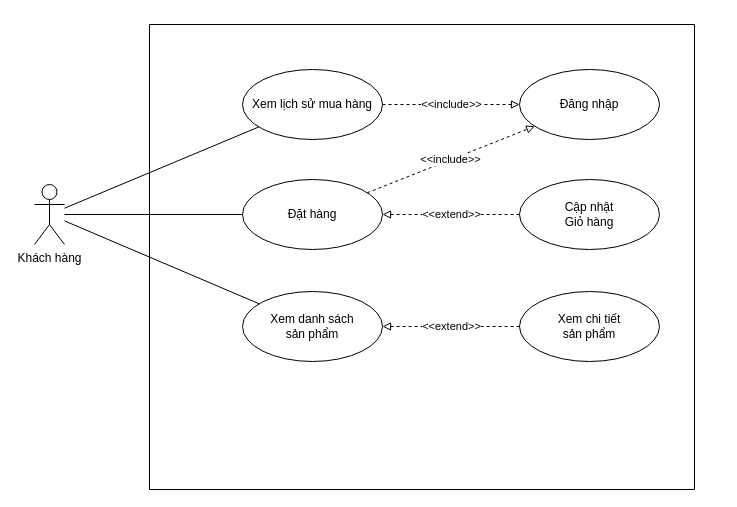
EdgarIgnite16/SGU-Course keeps this draw.io diagram as page "Page-1" (1 of 5) of Nam3_HK1/CNPM_SoftTech/Usecase Diagrams/UD_4_SalesPage.drawio. Above is the earlier version. Source tidied: cells renumbered, new cells numbered last; positions are measured from the earlier drawing's top-left corner, leaving out a move shared by most shapes. Both pictures are drawn from the tidied source at 100%, with x=0, y=0 at pixel (34, 24).
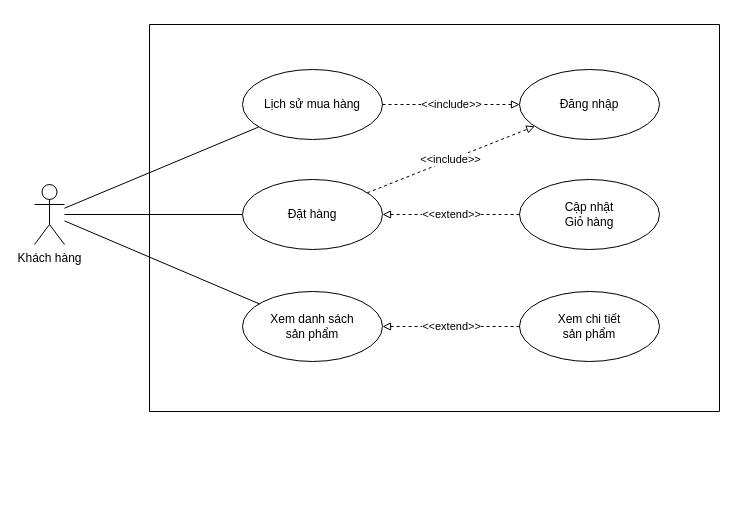
The same page after the edit.

Diff of the diagram source:
```diff
@@
 <mxGraphModel>
   <root>
     <mxCell id="0" />
     <mxCell id="1" parent="0" />
     <mxCell id="2" style="edgeStyle=none;rounded=0;jettySize=auto;html=1;startArrow=none;startFill=0;endArrow=none;endFill=0;" parent="1" edge="1" source="3" target="9">
       <mxGeometry relative="1" as="geometry" />
     </mxCell>
     <mxCell id="3" value="Khách hàng" style="shape=umlActor;verticalLabelPosition=bottom;verticalAlign=top;html=1;outlineConnect=0;" parent="1" vertex="1">
       <mxGeometry y="160" width="30" height="60" as="geometry" />
     </mxCell>
     <mxCell id="4" style="swimlane;startSize=0;" parent="1" vertex="1">
-      <mxGeometry x="115" width="545" height="465" as="geometry" />
+      <mxGeometry x="115" width="570" height="387" as="geometry" />
     </mxCell>
     <mxCell id="5" value="Đăng nhập" style="ellipse;whiteSpace=wrap;html=1;" parent="4" vertex="1">
       <mxGeometry x="370" y="45" width="140" height="70" as="geometry" />
     </mxCell>
     <mxCell id="6" value="&amp;lt;&amp;lt;include&amp;gt;&amp;gt;" style="edgeStyle=none;rounded=0;jettySize=auto;html=1;startArrow=none;startFill=0;endArrow=block;endFill=0;dashed=1;" parent="4" edge="1" source="7" target="5">
       <mxGeometry relative="1" as="geometry" />
     </mxCell>
     <mxCell id="7" value="Đặt hàng" style="ellipse;whiteSpace=wrap;html=1;" parent="4" vertex="1">
       <mxGeometry x="93" y="155" width="140" height="70" as="geometry" />
     </mxCell>
     <mxCell id="8" value="&amp;lt;&amp;lt;extend&amp;gt;&amp;gt;" style="edgeStyle=none;rounded=0;jettySize=auto;html=1;startArrow=block;startFill=0;endArrow=none;endFill=0;dashed=1;" parent="4" edge="1" source="7" target="11">
       <mxGeometry relative="1" as="geometry" />
     </mxCell>
-    <mxCell id="9" value="Xem lịch sử mua hàng" style="ellipse;whiteSpace=wrap;html=1;" parent="4" vertex="1">
+    <mxCell id="9" value="Lịch sử mua hàng" style="ellipse;whiteSpace=wrap;html=1;" parent="4" vertex="1">
       <mxGeometry x="93" y="45" width="140" height="70" as="geometry" />
     </mxCell>
     <mxCell id="10" value="&amp;lt;&amp;lt;include&amp;gt;&amp;gt;" style="edgeStyle=none;rounded=0;jettySize=auto;html=1;startArrow=none;startFill=0;endArrow=block;endFill=0;dashed=1;" parent="4" edge="1" source="9" target="5">
       <mxGeometry relative="1" as="geometry" />
     </mxCell>
     <mxCell id="11" value="Cập nhật&lt;br&gt;Giỏ hàng" style="ellipse;whiteSpace=wrap;html=1;" parent="4" vertex="1">
       <mxGeometry x="370" y="155" width="140" height="70" as="geometry" />
     </mxCell>
     <mxCell id="12" value="Xem danh sách &lt;br&gt;sản phẩm" style="ellipse;whiteSpace=wrap;html=1;" parent="4" vertex="1">
       <mxGeometry x="93" y="267" width="140" height="70" as="geometry" />
     </mxCell>
     <mxCell id="13" value="Xem chi tiết&lt;br&gt;sản phẩm" style="ellipse;whiteSpace=wrap;html=1;" parent="4" vertex="1">
       <mxGeometry x="370" y="267" width="140" height="70" as="geometry" />
     </mxCell>
     <mxCell id="14" value="&amp;lt;&amp;lt;extend&amp;gt;&amp;gt;" style="edgeStyle=none;rounded=0;jettySize=auto;html=1;startArrow=block;startFill=0;endArrow=none;endFill=0;dashed=1;" parent="4" edge="1" source="12" target="13">
       <mxGeometry relative="1" as="geometry" />
     </mxCell>
     <mxCell id="15" style="edgeStyle=none;rounded=0;orthogonalLoop=1;jettySize=auto;html=1;exitX=0.5;exitY=0;exitDx=0;exitDy=0;dashed=1;strokeColor=default;" parent="1" edge="1" source="4" target="4">
       <mxGeometry relative="1" as="geometry" />
     </mxCell>
     <mxCell id="16" style="rounded=0;jettySize=auto;html=1;endArrow=none;endFill=0;" parent="1" edge="1" source="3" target="7">
       <mxGeometry relative="1" as="geometry" />
     </mxCell>
     <mxCell id="17" style="edgeStyle=none;rounded=0;jettySize=auto;html=1;startArrow=none;startFill=0;endArrow=none;endFill=0;" parent="1" edge="1" source="3" target="12">
       <mxGeometry relative="1" as="geometry" />
     </mxCell>
   </root>
 </mxGraphModel>
```
